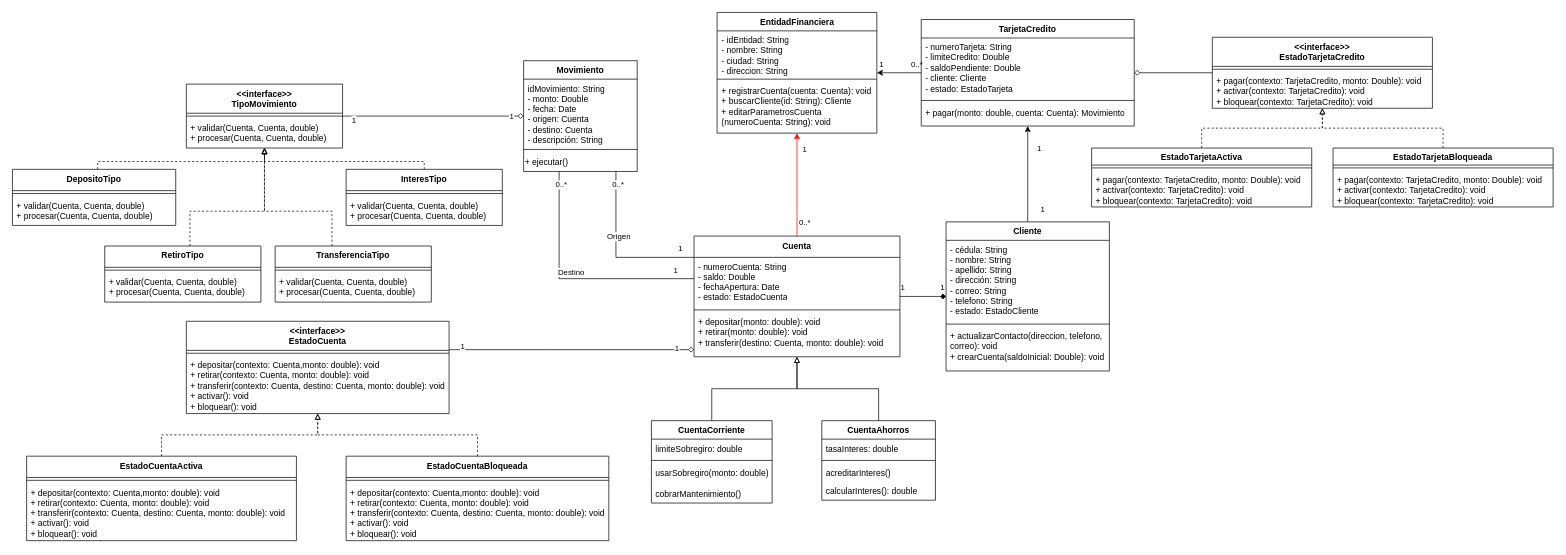
This is page "V2" (2 of 2) of doc/Diagrama de clases - Sistema Bancario v1.drawio from BryanGuano02/Bank-app, a draw.io file, before an edit. Source tidied: cells renumbered, new cells numbered last; positions are measured from the earlier drawing's top-left corner, leaving out a move shared by most shapes. Both pictures are drawn from the tidied source at 71%, with x=0, y=0 at pixel (12, 12).
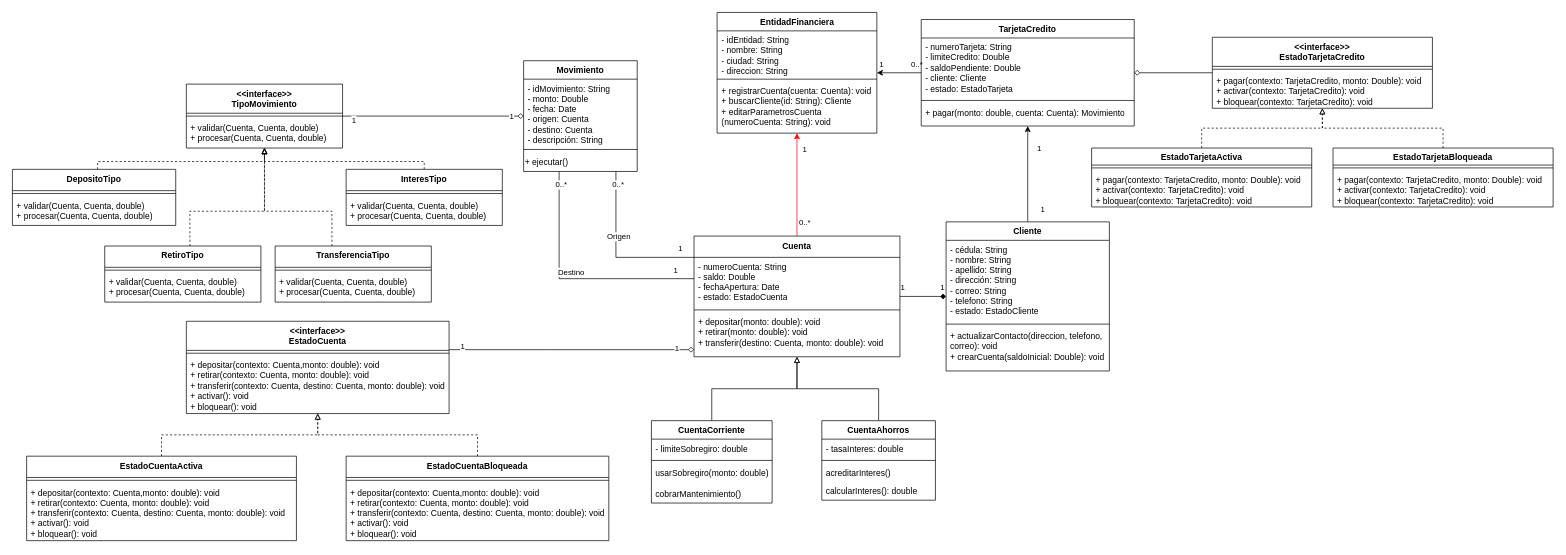
Above is the later version.

Commit message (it also covers changes not shown here):
feat: update diagram class

Unchanged cells that the change refers to:
```xml
<mxCell id="31" value="CuentaAhorros" style="swimlane;fontStyle=1;align=center;verticalAlign=top;horizontal=1;startSize=26;whiteSpace=wrap;html=1;" parent="1" vertex="1">
  <mxGeometry x="1140" y="575" width="160" height="112" as="geometry" />
</mxCell>
<mxCell id="37" value="CuentaCorriente" style="swimlane;fontStyle=1;align=center;verticalAlign=top;horizontal=1;startSize=26;whiteSpace=wrap;html=1;" parent="1" vertex="1">
  <mxGeometry x="900" y="575" width="170" height="116" as="geometry" />
</mxCell>
<mxCell id="46" value="Movimiento" style="swimlane;fontStyle=1;align=center;verticalAlign=top;horizontal=1;startSize=26;whiteSpace=wrap;html=1;" parent="1" vertex="1">
  <mxGeometry x="720" y="68" width="160" height="156" as="geometry" />
</mxCell>
```

What changed in the source:
```diff
@@
-    <mxCell id="32" value="tasaInteres: double" style="text;strokeColor=none;fillColor=none;align=left;verticalAlign=top;spacingLeft=4;spacingRight=4;overflow=hidden;whiteSpace=wrap;html=1;" parent="31" vertex="1">
+    <mxCell id="32" value="- tasaInteres: double" style="text;strokeColor=none;fillColor=none;align=left;verticalAlign=top;spacingLeft=4;spacingRight=4;overflow=hidden;whiteSpace=wrap;html=1;" parent="31" vertex="1">
       <mxGeometry y="26" width="160" height="26" as="geometry" />
     </mxCell>
@@
-    <mxCell id="38" value="limiteSobregiro: double" style="text;strokeColor=none;fillColor=none;align=left;verticalAlign=top;spacingLeft=4;spacingRight=4;overflow=hidden;whiteSpace=wrap;html=1;" parent="37" vertex="1">
+    <mxCell id="38" value="- limiteSobregiro: double" style="text;strokeColor=none;fillColor=none;align=left;verticalAlign=top;spacingLeft=4;spacingRight=4;overflow=hidden;whiteSpace=wrap;html=1;" parent="37" vertex="1">
       <mxGeometry y="26" width="170" height="26" as="geometry" />
     </mxCell>
@@
-    <mxCell id="47" value="idMovimiento: String&lt;div&gt;-&amp;nbsp;&lt;span style=&quot;background-color: transparent; color: light-dark(rgb(0, 0, 0), rgb(255, 255, 255));&quot;&gt;monto: Double&lt;/span&gt;&lt;/div&gt;&lt;div&gt;&lt;span style=&quot;background-color: transparent; color: light-dark(rgb(0, 0, 0), rgb(255, 255, 255));&quot;&gt;-&amp;nbsp;&lt;/span&gt;&lt;span style=&quot;background-color: transparent; color: light-dark(rgb(0, 0, 0), rgb(255, 255, 255));&quot;&gt;fecha: Date&lt;/span&gt;&lt;/div&gt;&lt;div&gt;&lt;span style=&quot;background-color: transparent; color: light-dark(rgb(0, 0, 0), rgb(255, 255, 255));&quot;&gt;-&amp;nbsp;&lt;/span&gt;&lt;span style=&quot;background-color: transparent; color: light-dark(rgb(0, 0, 0), rgb(255, 255, 255));&quot;&gt;origen: Cuenta&lt;/span&gt;&lt;/div&gt;&lt;div&gt;&lt;span style=&quot;background-color: transparent; color: light-dark(rgb(0, 0, 0), rgb(255, 255, 255));&quot;&gt;-&amp;nbsp;&lt;/span&gt;&lt;span style=&quot;background-color: transparent; color: light-dark(rgb(0, 0, 0), rgb(255, 255, 255));&quot;&gt;destino: Cuenta&lt;/span&gt;&lt;/div&gt;&lt;div&gt;&lt;span style=&quot;background-color: transparent; color: light-dark(rgb(0, 0, 0), rgb(255, 255, 255));&quot;&gt;-&amp;nbsp;&lt;/span&gt;&lt;span style=&quot;background-color: transparent; color: light-dark(rgb(0, 0, 0), rgb(255, 255, 255));&quot;&gt;descripción: String&lt;/span&gt;&lt;/div&gt;" style="text;strokeColor=none;fillColor=none;align=left;verticalAlign=top;spacingLeft=4;spacingRight=4;overflow=hidden;whiteSpace=wrap;html=1;" parent="46" vertex="1">
+    <mxCell id="47" value="- idMovimiento: String&lt;div&gt;-&amp;nbsp;&lt;span style=&quot;background-color: transparent; color: light-dark(rgb(0, 0, 0), rgb(255, 255, 255));&quot;&gt;monto: Double&lt;/span&gt;&lt;/div&gt;&lt;div&gt;&lt;span style=&quot;background-color: transparent; color: light-dark(rgb(0, 0, 0), rgb(255, 255, 255));&quot;&gt;-&amp;nbsp;&lt;/span&gt;&lt;span style=&quot;background-color: transparent; color: light-dark(rgb(0, 0, 0), rgb(255, 255, 255));&quot;&gt;fecha: Date&lt;/span&gt;&lt;/div&gt;&lt;div&gt;&lt;span style=&quot;background-color: transparent; color: light-dark(rgb(0, 0, 0), rgb(255, 255, 255));&quot;&gt;-&amp;nbsp;&lt;/span&gt;&lt;span style=&quot;background-color: transparent; color: light-dark(rgb(0, 0, 0), rgb(255, 255, 255));&quot;&gt;origen: Cuenta&lt;/span&gt;&lt;/div&gt;&lt;div&gt;&lt;span style=&quot;background-color: transparent; color: light-dark(rgb(0, 0, 0), rgb(255, 255, 255));&quot;&gt;-&amp;nbsp;&lt;/span&gt;&lt;span style=&quot;background-color: transparent; color: light-dark(rgb(0, 0, 0), rgb(255, 255, 255));&quot;&gt;destino: Cuenta&lt;/span&gt;&lt;/div&gt;&lt;div&gt;&lt;span style=&quot;background-color: transparent; color: light-dark(rgb(0, 0, 0), rgb(255, 255, 255));&quot;&gt;-&amp;nbsp;&lt;/span&gt;&lt;span style=&quot;background-color: transparent; color: light-dark(rgb(0, 0, 0), rgb(255, 255, 255));&quot;&gt;descripción: String&lt;/span&gt;&lt;/div&gt;" style="text;strokeColor=none;fillColor=none;align=left;verticalAlign=top;spacingLeft=4;spacingRight=4;overflow=hidden;whiteSpace=wrap;html=1;" parent="46" vertex="1">
       <mxGeometry y="26" width="160" height="94" as="geometry" />
     </mxCell>
```
